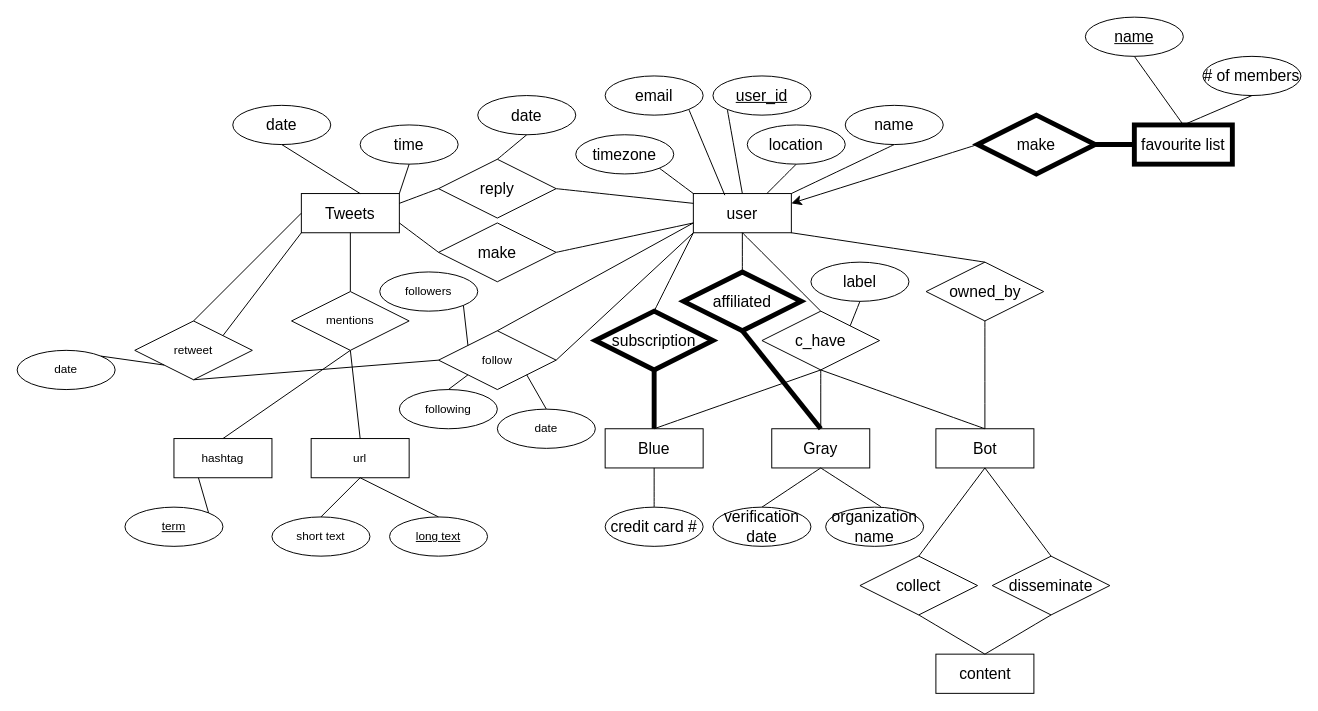
Earlier version of the draw.io diagram Part1/Daniel/Untitled Diagram.drawio (slappy163/291-Assignment-1). Source tidied: cells renumbered, new cells numbered last; positions are measured from the earlier drawing's top-left corner, leaving out a move shared by most shapes. Both pictures are drawn from the tidied source at 98%, with x=0, y=0 at pixel (17, 17).
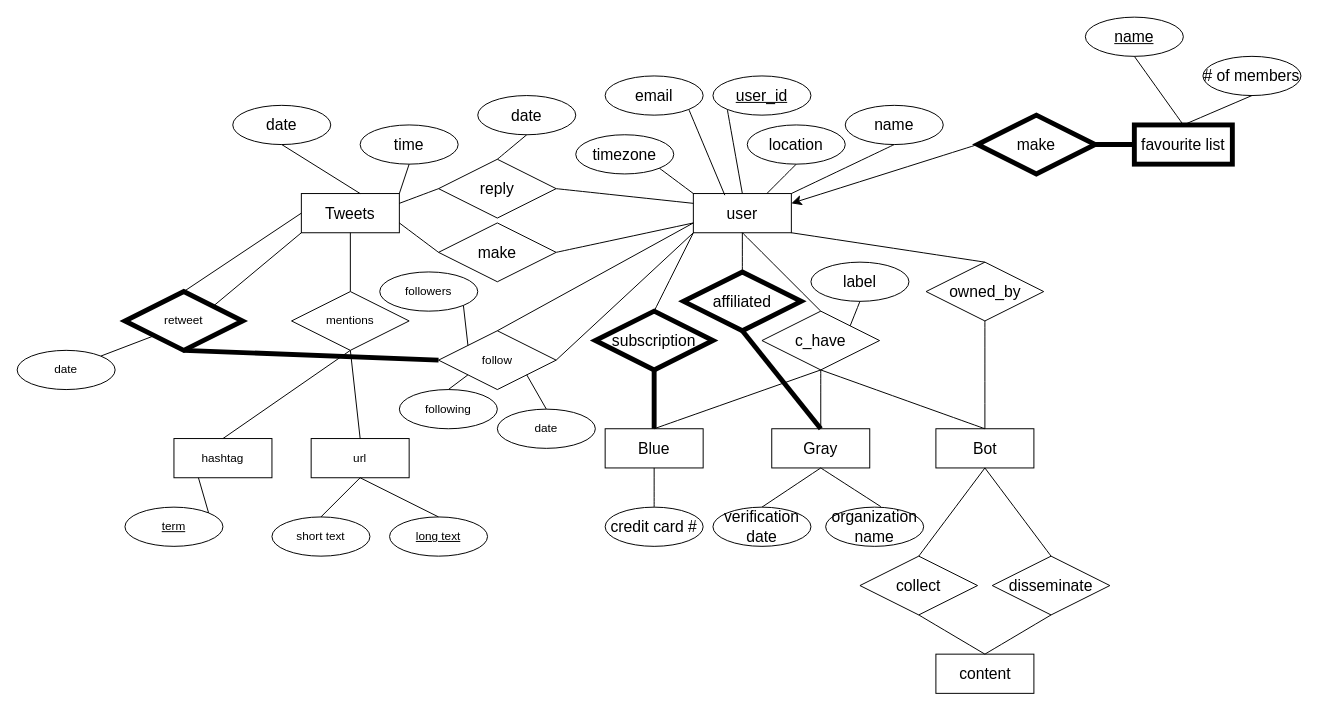
The same page after the edit.

The change refers to these unchanged cells:
```xml
<mxCell id="82" value="follow" style="shape=rhombus;perimeter=rhombusPerimeter;whiteSpace=wrap;html=1;align=center;" parent="1" vertex="1">
  <mxGeometry x="430" y="320" width="120" height="60" as="geometry" />
</mxCell>
```

What changed in the source:
```diff
@@
-    <mxCell id="66" value="retweet" style="shape=rhombus;perimeter=rhombusPerimeter;whiteSpace=wrap;html=1;align=center;" parent="1" vertex="1">
-      <mxGeometry x="120" y="310" width="120" height="60" as="geometry" />
+    <mxCell id="66" value="retweet" style="shape=rhombus;perimeter=rhombusPerimeter;whiteSpace=wrap;html=1;align=center;strokeWidth=5;" parent="1" vertex="1">
+      <mxGeometry x="110" y="280" width="120" height="60" as="geometry" />
     </mxCell>
@@
-    <mxCell id="85" style="endArrow=none;html=1;rounded=0;exitX=0.5;exitY=1;exitDx=0;exitDy=0;entryX=0;entryY=0.5;entryDx=0;entryDy=0;" parent="1" edge="1" source="66" target="82">
+    <mxCell id="85" style="endArrow=none;html=1;rounded=0;exitX=0.5;exitY=1;exitDx=0;exitDy=0;entryX=0;entryY=0.5;entryDx=0;entryDy=0;strokeWidth=5;" parent="1" edge="1" source="66" target="82">
       <mxGeometry relative="1" as="geometry" />
     </mxCell>
```
